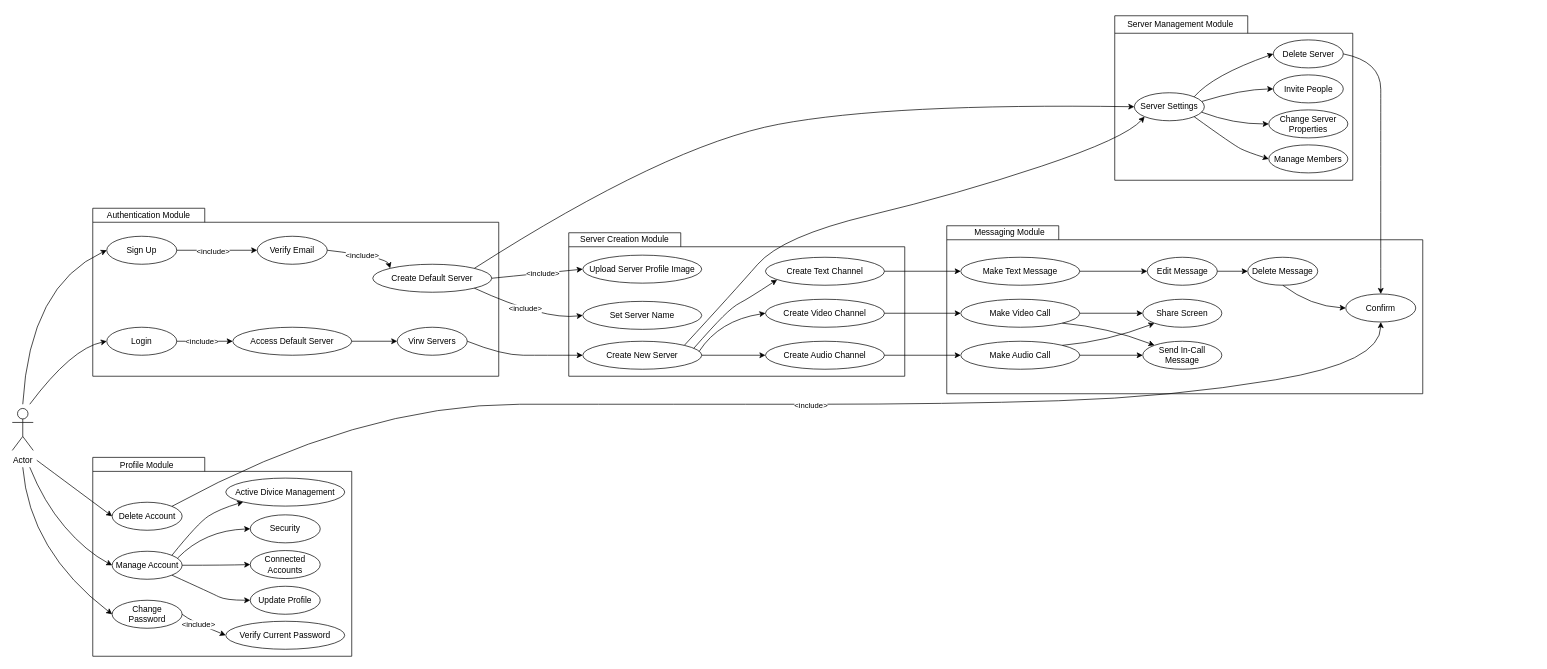
Harshul1484/BMP- keeps this draw.io diagram as Usecase Diagram/Full Usecase Diagram.drawio. Above is the earlier version. Source tidied: cells renumbered, new cells numbered last; positions are measured from the earlier drawing's top-left corner, leaving out a move shared by most shapes. Both pictures are drawn from the tidied source at 70%, with x=0, y=0 at pixel (12, 12).
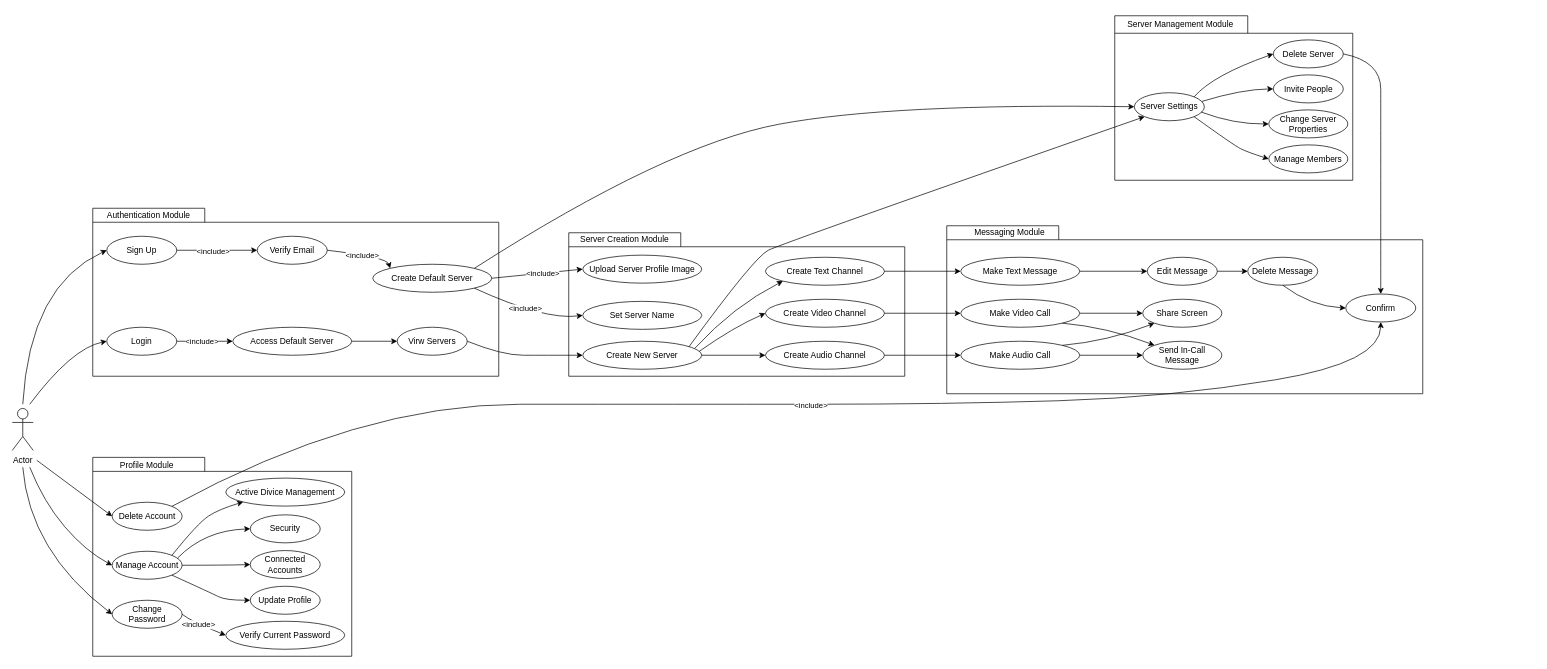
The same diagram, later.

Unchanged cells that the change refers to:
```xml
<mxCell id="41" style="group;fillColor=none;" parent="1" vertex="1">
  <mxGeometry x="795" y="310" width="580" height="245" as="geometry" />
</mxCell>
<mxCell id="45" value="Create Text Channel" style="ellipse;whiteSpace=wrap;html=1;align=center;fillColor=none;" parent="41" vertex="1">
  <mxGeometry x="281" y="40" width="170" height="40" as="geometry" />
</mxCell>
<mxCell id="46" value="Create Video Channel" style="ellipse;whiteSpace=wrap;html=1;align=center;fillColor=none;" parent="41" vertex="1">
  <mxGeometry x="281" y="100" width="170" height="40" as="geometry" />
</mxCell>
<mxCell id="50" value="Create New Server" style="ellipse;whiteSpace=wrap;html=1;align=center;fillColor=none;" parent="41" vertex="1">
  <mxGeometry x="20" y="160" width="170" height="40" as="geometry" />
</mxCell>
<mxCell id="60" value="Server Settings" style="ellipse;whiteSpace=wrap;html=1;align=center;fillColor=none;" parent="57" vertex="1">
  <mxGeometry x="8" y="115" width="100" height="40" as="geometry" />
</mxCell>
```

Change to the diagram source:
```diff
@@
     <mxCell id="51" style="curved=1;endArrow=classic;html=1;rounded=0;exitX=0.978;exitY=0.363;exitDx=0;exitDy=0;entryX=0;entryY=0.5;entryDx=0;entryDy=0;exitPerimeter=0;" parent="41" edge="1" source="50" target="46">
       <mxGeometry relative="1" as="geometry">
         <Array as="points">
-          <mxPoint x="215" y="130" />
+          <mxPoint x="235" y="140" />
         </Array>
       </mxGeometry>
     </mxCell>
-    <mxCell id="52" style="curved=1;endArrow=classic;html=1;rounded=0;exitX=0.933;exitY=0.252;exitDx=0;exitDy=0;exitPerimeter=0;entryX=0.098;entryY=0.802;entryDx=0;entryDy=0;entryPerimeter=0;" parent="41" edge="1" source="50" target="45">
+    <mxCell id="52" style="curved=1;endArrow=classic;html=1;rounded=0;exitX=0.941;exitY=0.256;exitDx=0;exitDy=0;entryX=0;entryY=1;entryDx=0;entryDy=0;exitPerimeter=0;" parent="41" edge="1" source="50" target="45">
       <mxGeometry relative="1" as="geometry">
         <Array as="points">
-          <mxPoint x="205" y="140" />
           <mxPoint x="235" y="110" />
-          <mxPoint x="255" y="100" />
         </Array>
       </mxGeometry>
     </mxCell>
@@
-    <mxCell id="95" style="curved=1;endArrow=classic;html=1;rounded=0;exitX=1;exitY=0;exitDx=0;exitDy=0;entryX=0;entryY=1;entryDx=0;entryDy=0;" parent="1" edge="1" source="50" target="60">
+    <mxCell id="95" style="curved=1;endArrow=classic;html=1;rounded=0;exitX=0.892;exitY=0.199;exitDx=0;exitDy=0;exitPerimeter=0;entryX=0;entryY=1;entryDx=0;entryDy=0;" parent="1" edge="1" source="50" target="60">
       <mxGeometry relative="1" as="geometry">
         <Array as="points">
-          <mxPoint x="1030" y="400" />
-          <mxPoint x="1100" y="320" />
-          <mxPoint x="1350" y="260" />
-          <mxPoint x="1590" y="180" />
+          <mxPoint x="1060" y="350" />
+          <mxPoint x="1100" y="330" />
         </Array>
       </mxGeometry>
     </mxCell>
```
